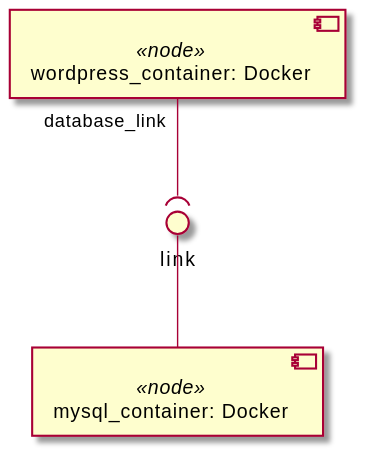
The PlantUML diagram examples/ariatosca/diagrams/uml2/compute-1-1.0-uml2-component-diagram1.svg in Orange-OpenSource/Cloudnet-TOSCA-toolbox, before a commit. Its diagram source:
```plantuml
@startuml
skinparam componentStyle uml2

component "mysql_container: Docker" <<node>> as node_mysql_container

component "wordpress_container: Docker" <<node>> as node_wordpress_container

interface "link" as node_mysql_container_link
node_mysql_container_link -- node_mysql_container
node_wordpress_container "database_link" --( node_mysql_container_link
@enduml
```
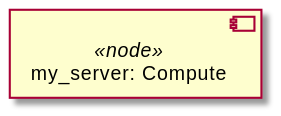
The same file after the commit.

What changed in the source:
```diff
@@ -1,11 +1,8 @@
 @startuml
 skinparam componentStyle uml2
 
-component "mysql_container: Docker" <<node>> as node_mysql_container
+together {
+component "my_server: Compute" <<node>> as node_my_server
+}
 
-component "wordpress_container: Docker" <<node>> as node_wordpress_container
-
-interface "link" as node_mysql_container_link
-node_mysql_container_link -- node_mysql_container
-node_wordpress_container "database_link" --( node_mysql_container_link
 @enduml
```
